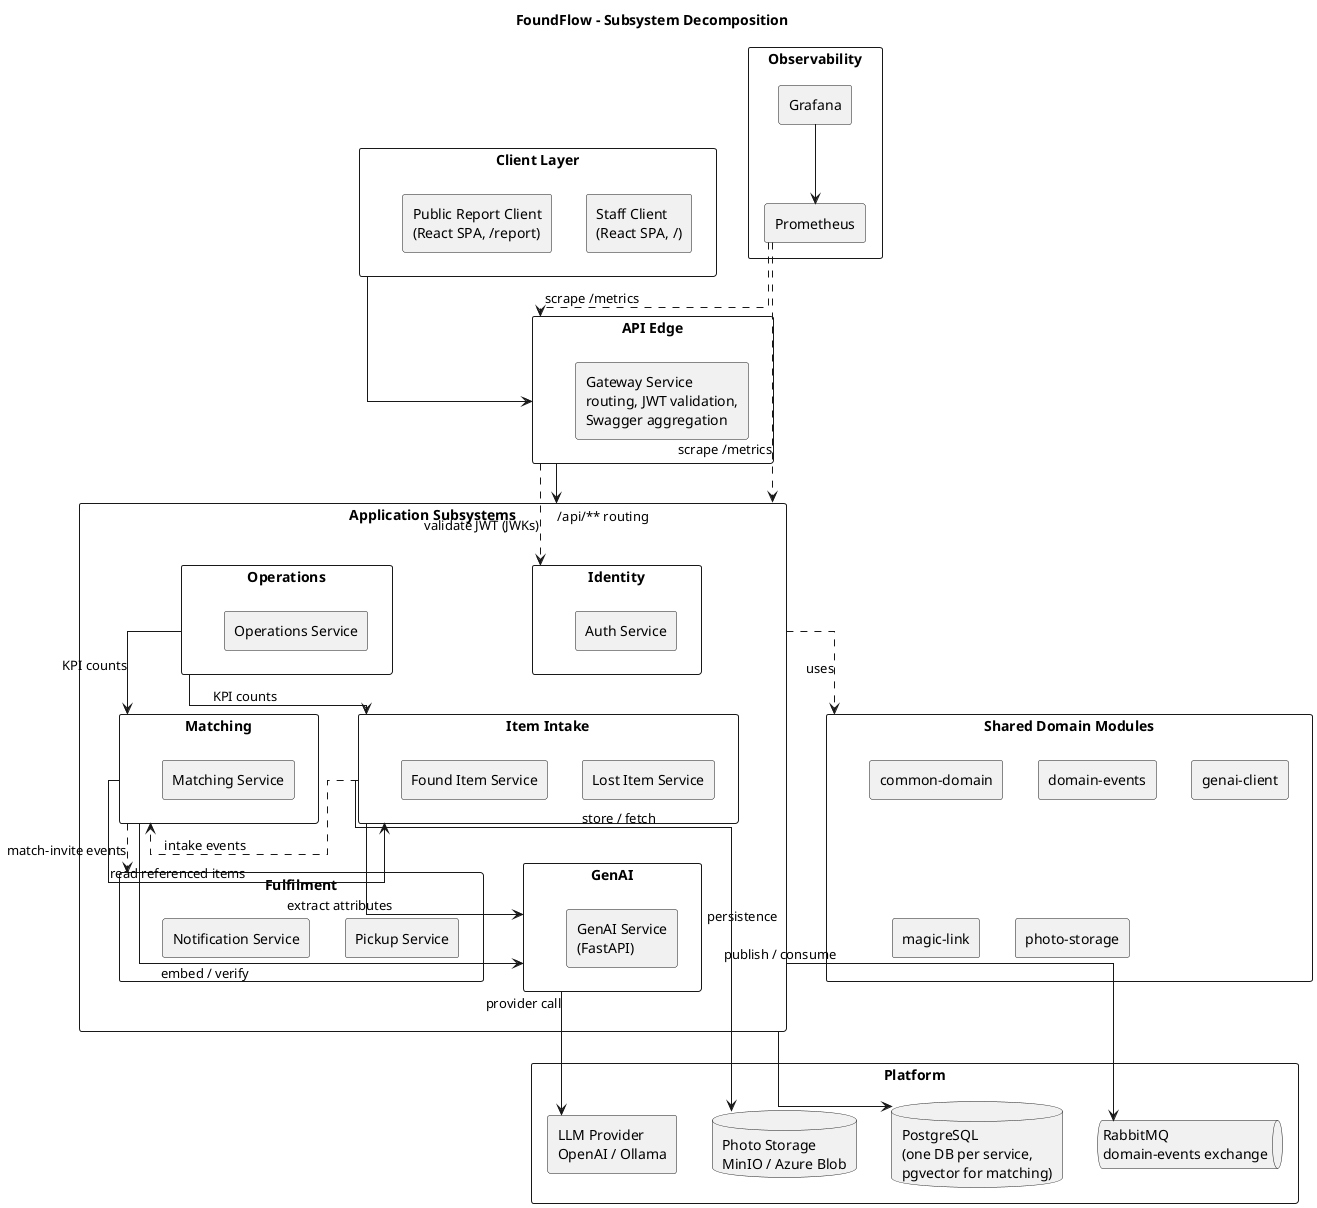
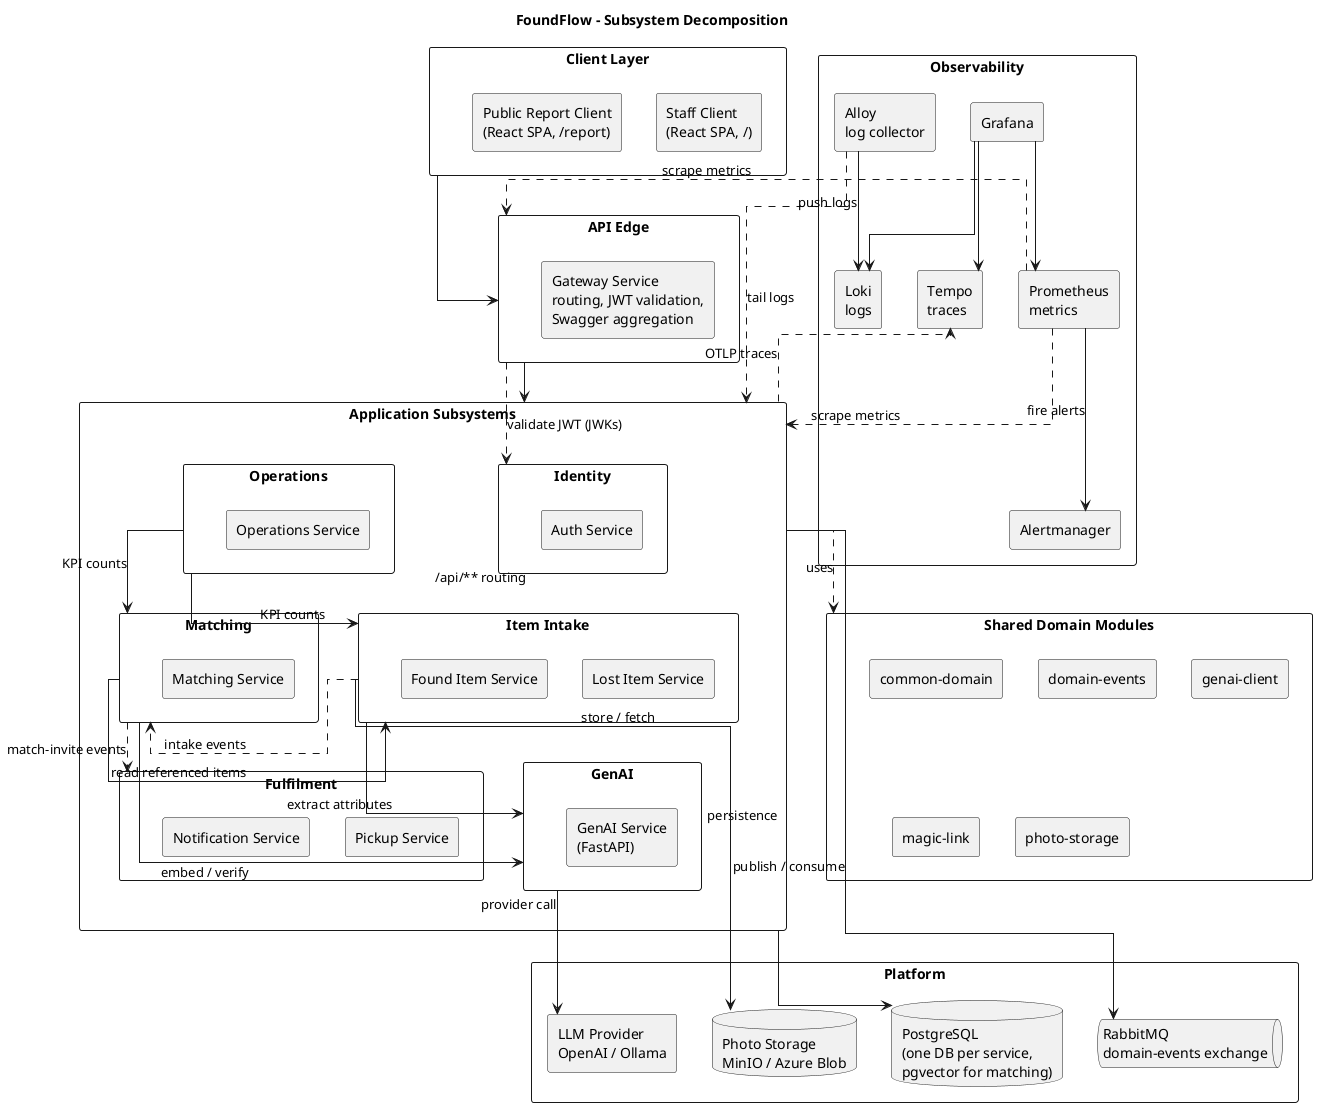
@startuml
title FoundFlow - Subsystem Decomposition

skinparam packageStyle rectangle
skinparam componentStyle rectangle
skinparam shadowing false
skinparam linetype ortho
top to bottom direction

' Structural decomposition into subsystems. Arrows are subsystem-level
' dependencies (calls / depends-on), drawn top-down so upper layers depend on
' lower layers. Detailed per-service REST/event/photo wiring lives in
' service-communication-diagram.puml; this view stays at subsystem granularity.

package "Client Layer" as L_Client {
  [Staff Client\n(React SPA, /)] as StaffClient
  [Public Report Client\n(React SPA, /report)] as ReportClient
}

package "API Edge" as L_Edge {
  [Gateway Service\nrouting, JWT validation,\nSwagger aggregation] as Gateway
}

package "Application Subsystems" as L_App {
  package "Identity" as S_Identity {
    [Auth Service]
  }
  package "Item Intake" as S_Intake {
    [Lost Item Service]
    [Found Item Service]
  }
  package "Matching" as S_Match {
    [Matching Service]
  }
  package "Fulfilment" as S_Fulfil {
    [Pickup Service]
    [Notification Service]
  }
  package "Operations" as S_Ops {
    [Operations Service]
  }
  package "GenAI" as S_GenAI {
    [GenAI Service\n(FastAPI)]
  }
}

package "Shared Domain Modules" as L_Shared {
  [common-domain]
  [domain-events]
  [genai-client]
  [magic-link]
  [photo-storage]
}

package "Platform" as L_Platform {
  database "PostgreSQL\n(one DB per service,\npgvector for matching)" as Postgres
  queue "RabbitMQ\ndomain-events exchange" as Rabbit
  database "Photo Storage\nMinIO / Azure Blob" as Photos
  [LLM Provider\nOpenAI / Ollama] as LLM
}

package "Observability" as L_Obs {
-   [Prometheus] as Prometheus
+   [Alloy\nlog collector] as Alloy
+   [Prometheus\nmetrics] as Prometheus
+   [Loki\nlogs] as Loki
+   [Tempo\ntraces] as Tempo
+   [Alertmanager] as Alertmanager
  [Grafana] as Grafana
}

' --- Client -> Edge ---
L_Client --> L_Edge

' --- Edge -> Application (routing + auth) ---
L_Edge --> L_App : /api/** routing
L_Edge ..> S_Identity : validate JWT (JWKs)

' --- Defining inter-application dependencies ---
S_Intake --> S_GenAI : extract attributes
S_Match --> S_GenAI : embed / verify
S_Match --> S_Intake : read referenced items
S_Ops --> S_Intake : KPI counts
S_Ops --> S_Match : KPI counts
S_Intake ..> S_Match : intake events
S_Match ..> S_Fulfil : match-invite events

' --- Application -> Shared modules ---
L_App ..> L_Shared : uses

' --- Application -> Platform ---
L_App --> Postgres : persistence
L_App --> Rabbit : publish / consume
S_Intake --> Photos : store / fetch
S_GenAI --> LLM : provider call

- ' --- Observability ---
- Prometheus ..> L_App : scrape /metrics
- Prometheus ..> L_Edge : scrape /metrics
+ ' --- Observability: three pillars (metrics / logs / traces) ---
+ Prometheus ..> L_App : scrape metrics
+ Prometheus ..> L_Edge : scrape metrics
+ Alloy ..> L_App : tail logs
+ Alloy --> Loki : push logs
+ L_App ..> Tempo : OTLP traces
+ Prometheus --> Alertmanager : fire alerts
Grafana --> Prometheus
+ Grafana --> Loki
+ Grafana --> Tempo
@enduml
